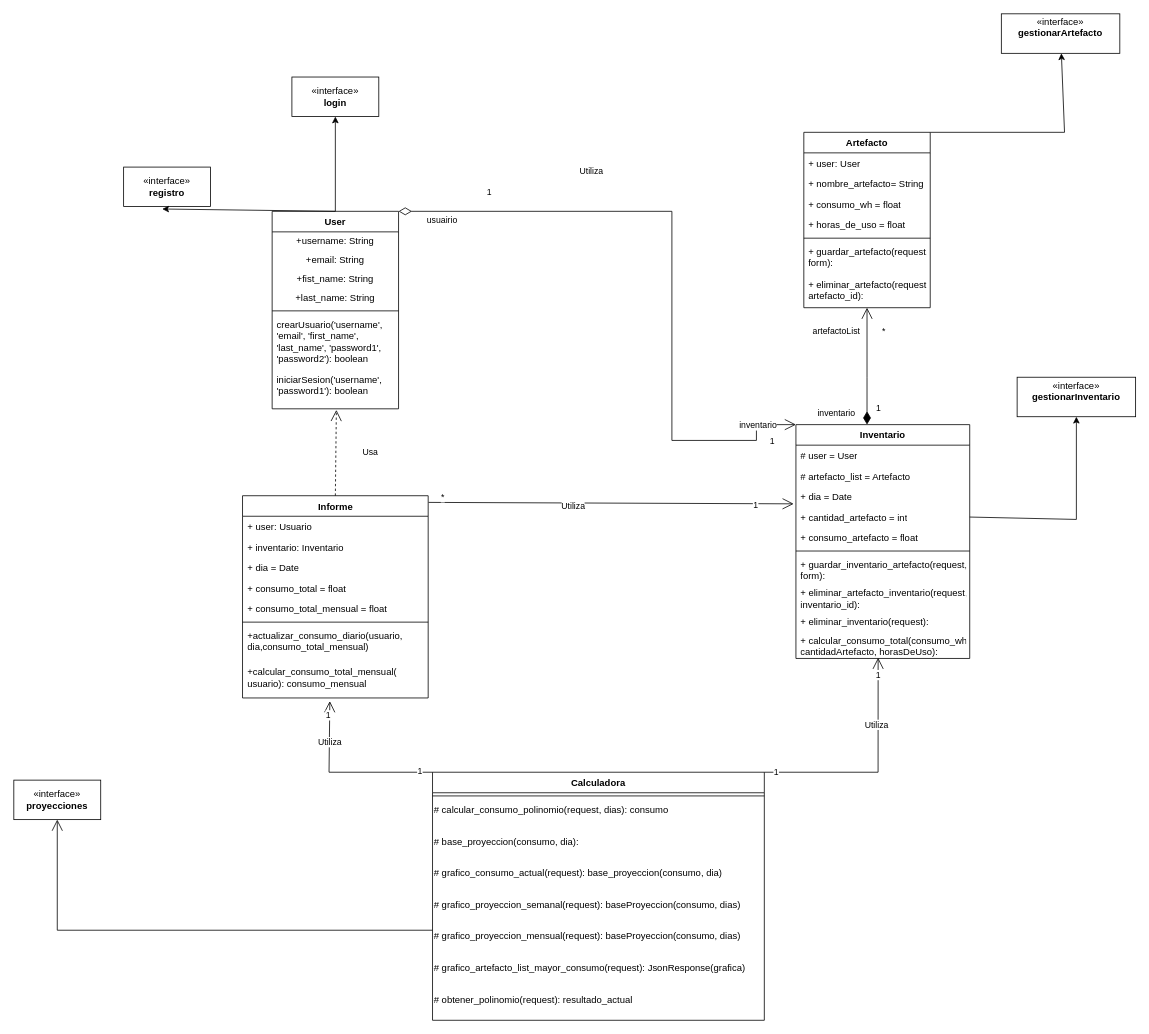
This is consumoEnergia.drawio from SantiagoTamayo2002/UML, a draw.io file, before an edit. Source tidied: cells renumbered, new cells numbered last; positions are measured from the earlier drawing's top-left corner, leaving out a move shared by most shapes. Both pictures are drawn from the tidied source at 79%, with x=0, y=0 at pixel (13, 13).
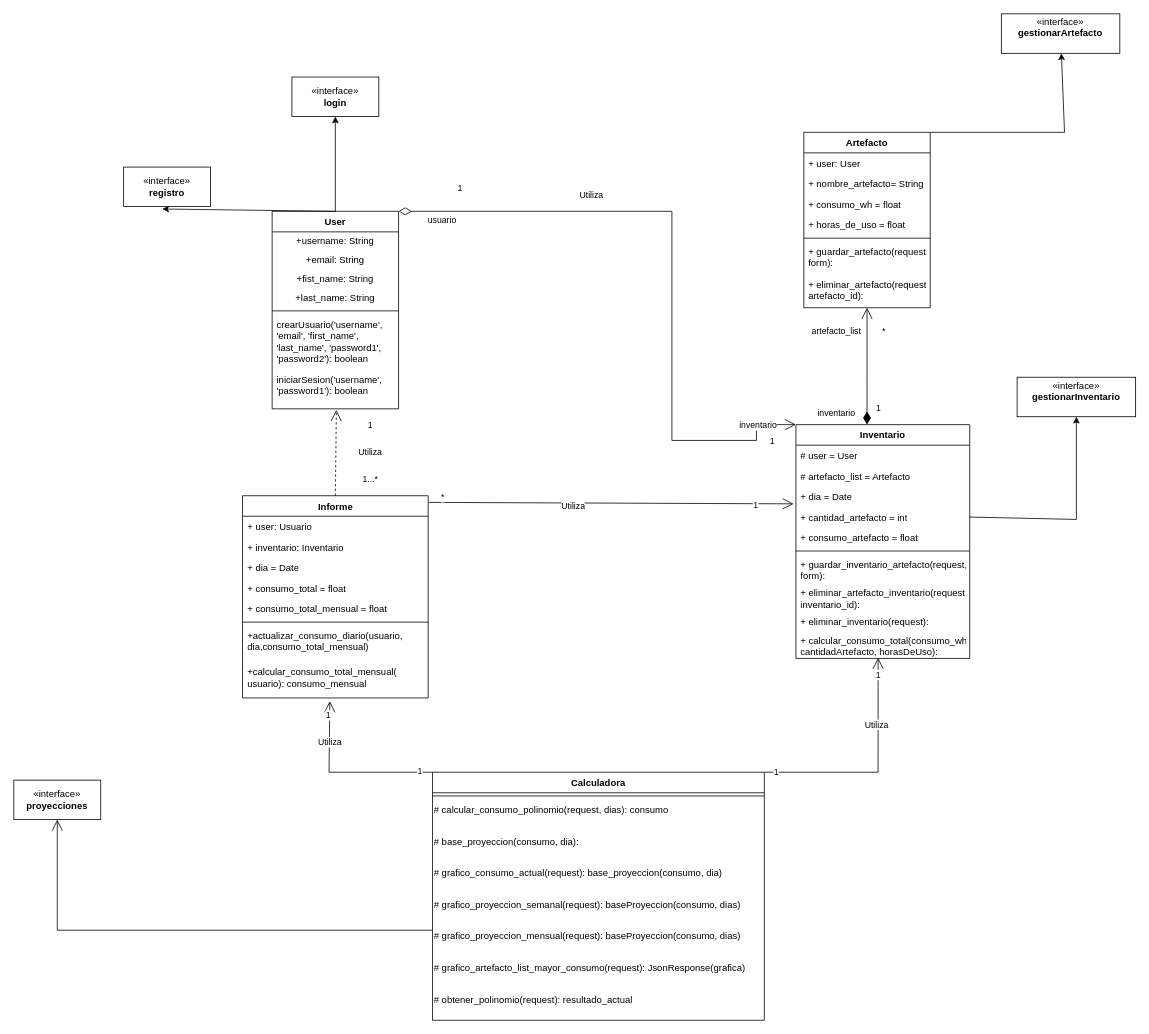
After the change.

Unchanged cells that the change refers to:
```xml
<mxCell id="2" value="User" style="swimlane;fontStyle=1;align=center;verticalAlign=top;horizontal=1;startSize=26;whiteSpace=wrap;html=1;" parent="1" vertex="1">
  <mxGeometry x="327" y="250" width="160" height="250" as="geometry" />
</mxCell>
<mxCell id="9" value="iniciarSesion('username', 'password1'): boolean" style="text;strokeColor=none;fillColor=none;align=left;verticalAlign=top;spacingLeft=4;spacingRight=4;overflow=hidden;points=[[0,0.5],[1,0.5]];portConstraint=eastwest;whiteSpace=wrap;html=1;" parent="2" vertex="1">
  <mxGeometry y="200" width="160" height="50" as="geometry" />
</mxCell>
<mxCell id="10" value="Inventario" style="swimlane;fontStyle=1;align=center;verticalAlign=top;horizontal=1;startSize=26;whiteSpace=wrap;html=1;" parent="1" vertex="1">
  <mxGeometry x="990" y="520" width="220" height="296" as="geometry" />
</mxCell>
<mxCell id="21" value="Informe" style="swimlane;fontStyle=1;align=center;verticalAlign=top;horizontal=1;startSize=26;whiteSpace=wrap;html=1;" parent="1" vertex="1">
  <mxGeometry x="289.5" y="610" width="235" height="256" as="geometry" />
</mxCell>
<mxCell id="58" value="1" style="endArrow=open;html=1;endSize=12;startArrow=diamondThin;startSize=14;startFill=1;edgeStyle=orthogonalEdgeStyle;align=left;verticalAlign=bottom;rounded=0;entryX=0.5;entryY=1;entryDx=0;entryDy=0;" parent="1" edge="1" source="10" target="50">
  <mxGeometry x="-0.84" y="-10" relative="1" as="geometry">
    <Array as="points">
      <mxPoint x="1080" y="460" />
      <mxPoint x="1080" y="460" />
    </Array>
  </mxGeometry>
</mxCell>
```

What changed in the source:
```diff
@@
     <mxCell id="45" value="1" style="endArrow=open;html=1;endSize=12;startArrow=diamondThin;startSize=14;startFill=0;edgeStyle=orthogonalEdgeStyle;align=left;verticalAlign=bottom;rounded=0;entryX=0;entryY=0;entryDx=0;entryDy=0;" parent="1" edge="1" source="2" target="10">
-      <mxGeometry x="-0.73" y="15" relative="1" as="geometry">
+      <mxGeometry x="-0.82" y="20" relative="1" as="geometry">
         <Array as="points">
           <mxPoint x="833" y="250" />
           <mxPoint x="833" y="540" />
           <mxPoint x="940" y="540" />
           <mxPoint x="940" y="520" />
         </Array>
       </mxGeometry>
     </mxCell>
@@
     <mxCell id="47" value="Utiliza" style="edgeLabel;html=1;align=center;verticalAlign=middle;" parent="45" vertex="1">
       <mxGeometry x="0.07" y="-1" relative="1" as="geometry">
-        <mxPoint x="-102" y="-141" as="offset" />
+        <mxPoint x="-102" y="-111" as="offset" />
       </mxGeometry>
     </mxCell>
@@
-    <mxCell id="49" value="usuairio" style="edgeLabel;html=1;align=center;verticalAlign=middle;" parent="45" vertex="1">
+    <mxCell id="49" value="usuario" style="edgeLabel;html=1;align=center;verticalAlign=middle;" parent="45" vertex="1">
       <mxGeometry x="-0.9" y="-1" relative="1" as="geometry">
         <mxPoint x="13" y="9" as="offset" />
       </mxGeometry>
     </mxCell>
@@
-    <mxCell id="60" value="artefactoList" style="edgeLabel;html=1;align=center;verticalAlign=middle;" parent="58" vertex="1">
+    <mxCell id="60" value="artefacto_list" style="edgeLabel;html=1;align=center;verticalAlign=middle;" parent="58" vertex="1">
       <mxGeometry x="0.29" y="-1" relative="1" as="geometry">
         <mxPoint x="-41" y="-24" as="offset" />
       </mxGeometry>
     </mxCell>
@@
-    <mxCell id="62" value="Usa" style="endArrow=open;endSize=12;dashed=1;html=1;rounded=0;exitX=0.5;exitY=0;exitDx=0;exitDy=0;entryX=0.508;entryY=1.028;entryDx=0;entryDy=0;entryPerimeter=0;" parent="1" edge="1" source="21" target="9">
+    <mxCell id="62" value="Utiliza" style="endArrow=open;endSize=12;dashed=1;html=1;rounded=0;exitX=0.5;exitY=0;exitDx=0;exitDy=0;entryX=0.508;entryY=1.028;entryDx=0;entryDy=0;entryPerimeter=0;" parent="1" edge="1" source="21" target="9">
       <mxGeometry x="0.04" y="-43" relative="1" as="geometry" />
     </mxCell>
+    <mxCell id="79" value="1" style="edgeLabel;html=1;align=center;verticalAlign=middle;" parent="62" vertex="1">
+      <mxGeometry x="0.57" y="1" relative="1" as="geometry">
+        <mxPoint x="43" y="-4" as="offset" />
+      </mxGeometry>
+    </mxCell>
+    <mxCell id="80" value="1...*" style="edgeLabel;html=1;align=center;verticalAlign=middle;" parent="62" vertex="1">
+      <mxGeometry x="-0.61" y="2" relative="1" as="geometry">
+        <mxPoint x="45" as="offset" />
+      </mxGeometry>
+    </mxCell>
```
